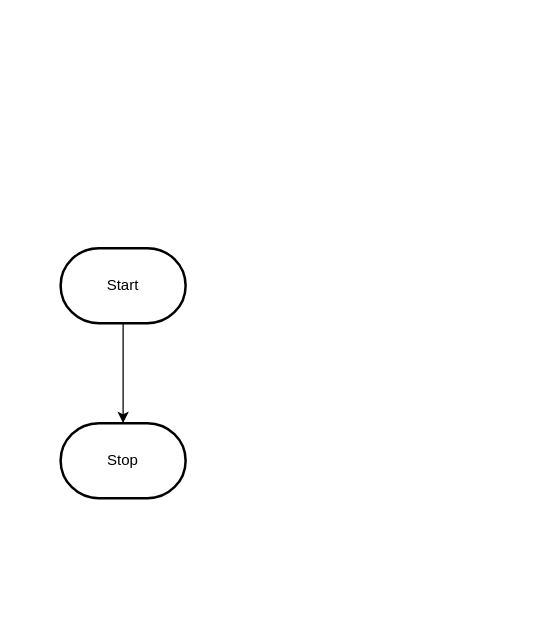
This is design/flowchart.drawio from MTHS-ICD2O-1-2023/ICD2O-Assignment-04-hai-tran-2, a draw.io file, before an edit. Source tidied: cells renumbered, new cells numbered last; positions are measured from the earlier drawing's top-left corner, leaving out a move shared by most shapes. Both pictures are drawn from the tidied source at 125%, with x=0, y=0 at pixel (60, 248).
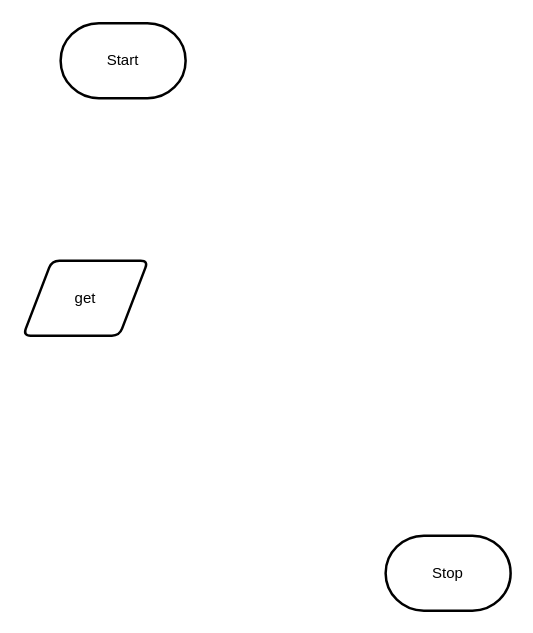
Above is the later version.

Change to the diagram source:
```diff
@@
 <mxGraphModel>
   <root>
     <mxCell id="0" />
     <mxCell id="1" parent="0" />
-    <mxCell id="2" style="edgeStyle=orthogonalEdgeStyle;html=1;rounded=0;" parent="1" edge="1" source="3" target="4">
-      <mxGeometry relative="1" as="geometry" />
-    </mxCell>
     <mxCell id="3" value="Start" style="strokeWidth=2;html=1;shape=mxgraph.flowchart.terminator;whiteSpace=wrap;" parent="1" vertex="1">
-      <mxGeometry width="100" height="60" as="geometry" />
+      <mxGeometry y="-180" width="100" height="60" as="geometry" />
     </mxCell>
     <mxCell id="4" value="Stop" style="strokeWidth=2;html=1;shape=mxgraph.flowchart.terminator;whiteSpace=wrap;" parent="1" vertex="1">
-      <mxGeometry y="140" width="100" height="60" as="geometry" />
+      <mxGeometry x="260" y="230" width="100" height="60" as="geometry" />
     </mxCell>
+    <mxCell id="2" value="get" style="shape=parallelogram;html=1;strokeWidth=2;perimeter=parallelogramPerimeter;whiteSpace=wrap;rounded=1;arcSize=12;size=0.23;" parent="1" vertex="1">
+      <mxGeometry x="-30" y="10" width="100" height="60" as="geometry" />
+    </mxCell>
   </root>
 </mxGraphModel>
```
